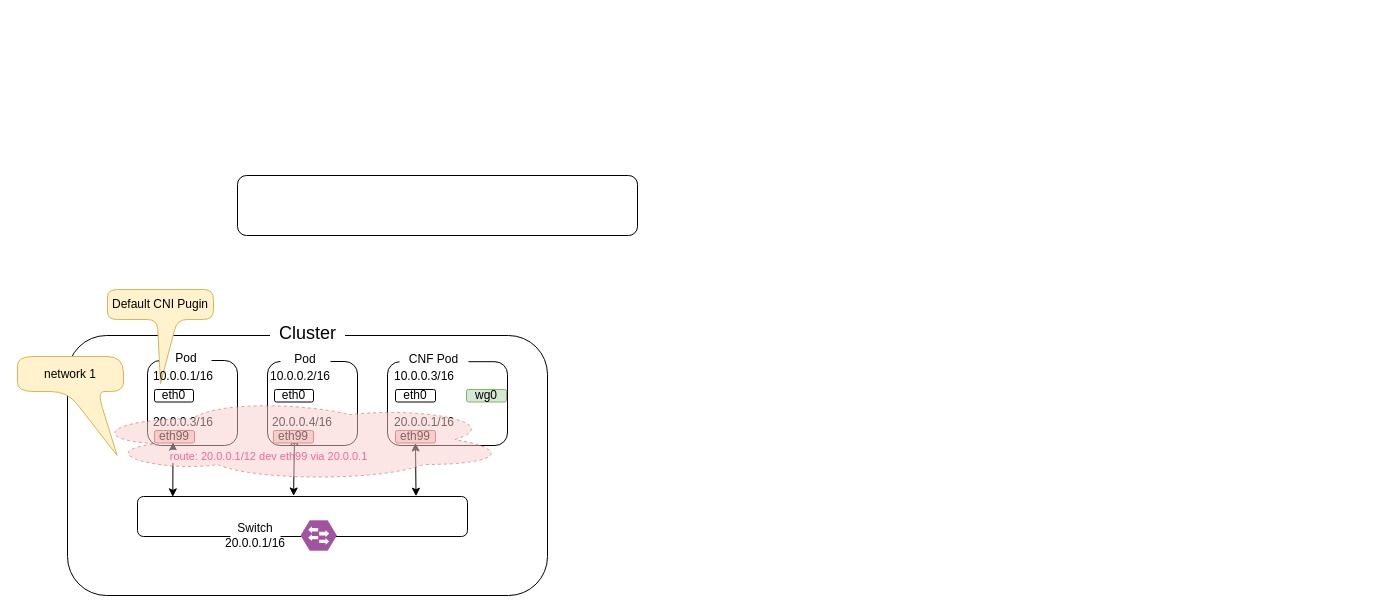
The draw.io diagram page "Page-4" (4 of 8) of cloud-edge-softarch.drawio in pmlproject9/system_design, before the edit. Source tidied: cells renumbered, new cells numbered last; positions are measured from the earlier drawing's top-left corner, leaving out a move shared by most shapes. Both pictures are drawn from the tidied source at 100%, with x=0, y=0 at pixel (17, 175).
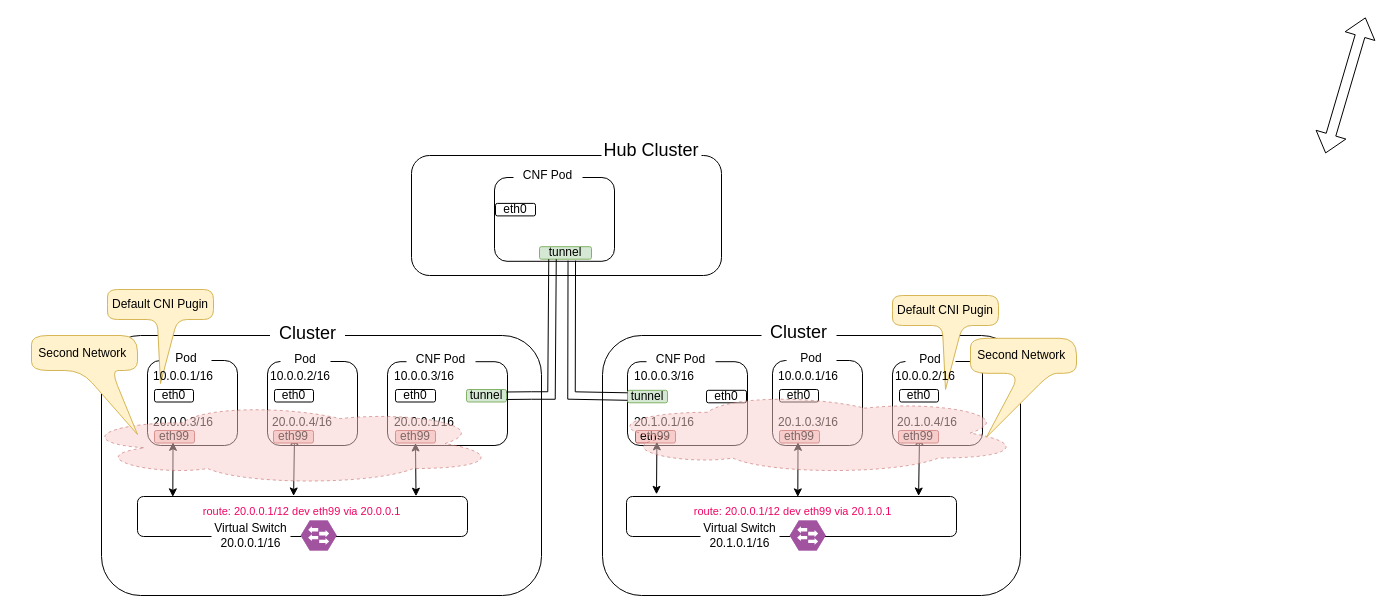
Above is the later version.

Unchanged cells that the change refers to:
```xml
<mxCell id="20" style="endArrow=classic;startArrow=classic;html=1;rounded=0;exitX=0.107;exitY=0.009;exitDx=0;exitDy=0;exitPerimeter=0;entryX=0.463;entryY=0.945;entryDx=0;entryDy=0;entryPerimeter=0;" parent="1" edge="1" source="17" target="15">
  <mxGeometry relative="1" as="geometry" />
</mxCell>
```

What changed in the source:
```diff
@@
     <mxCell id="2" style="rounded=1;whiteSpace=wrap;html=1;" parent="1" vertex="1">
-      <mxGeometry x="220" width="400" height="60" as="geometry" />
+      <mxGeometry x="394" y="-20" width="310" height="120" as="geometry" />
     </mxCell>
     <mxCell id="3" style="rounded=1;whiteSpace=wrap;html=1;" parent="1" vertex="1">
-      <mxGeometry x="50" y="160" width="480" height="260" as="geometry" />
+      <mxGeometry x="84" y="160" width="440" height="260" as="geometry" />
     </mxCell>
@@
     <mxCell id="14" value="&lt;font style=&quot;font-size: 12px;&quot;&gt;CNF Pod&lt;/font&gt;" style="text;strokeColor=none;align=center;fillColor=default;html=1;verticalAlign=middle;whiteSpace=wrap;rounded=0;" parent="1" vertex="1">
-      <mxGeometry x="382" y="174.2" width="69" height="20" as="geometry" />
+      <mxGeometry x="389" y="174.2" width="69" height="20" as="geometry" />
     </mxCell>
@@
-    <mxCell id="19" value="&lt;font style=&quot;font-size: 12px;&quot;&gt;Switch 20.0.0.1/16&lt;/font&gt;" style="text;strokeColor=none;align=center;fillColor=default;html=1;verticalAlign=middle;whiteSpace=wrap;rounded=0;" parent="1" vertex="1">
-      <mxGeometry x="213" y="350" width="50" height="20" as="geometry" />
+    <mxCell id="19" value="&lt;font style=&quot;font-size: 12px;&quot;&gt;Virtual Switch 20.0.0.1/16&lt;/font&gt;" style="text;strokeColor=none;align=center;fillColor=default;html=1;verticalAlign=middle;whiteSpace=wrap;rounded=0;" parent="1" vertex="1">
+      <mxGeometry x="194" y="350" width="79" height="20" as="geometry" />
     </mxCell>
@@
     <mxCell id="21" value="&lt;font color=&quot;#f10463&quot;&gt;route: 20.0.0.1/12 dev eth99 via 20.0.0.1&lt;/font&gt;" style="edgeLabel;html=1;align=center;verticalAlign=middle;" parent="20" vertex="1">
       <mxGeometry x="0.4" y="-1" relative="1" as="geometry">
-        <mxPoint x="94" y="-3" as="offset" />
+        <mxPoint x="127" y="52" as="offset" />
       </mxGeometry>
     </mxCell>
@@
     <mxCell id="31" style="ellipse;shape=cloud;whiteSpace=wrap;html=1;fillColor=#f8cecc;dashed=1;strokeColor=#b85450;opacity=50;" parent="1" vertex="1">
-      <mxGeometry x="70" y="222.5" width="420" height="83.2" as="geometry" />
+      <mxGeometry x="60" y="226.5" width="420" height="83.2" as="geometry" />
     </mxCell>
-    <mxCell id="32" value="network 1" style="shape=callout;whiteSpace=wrap;html=1;perimeter=calloutPerimeter;size=64;position=0.47;fillColor=#fff2cc;strokeColor=#d6b656;rounded=1;base=30;arcSize=33;position2=0.94;" parent="1" vertex="1">
-      <mxGeometry y="181" width="106" height="99" as="geometry" />
+    <mxCell id="32" value="Second Network&amp;nbsp;" style="shape=callout;whiteSpace=wrap;html=1;perimeter=calloutPerimeter;size=64;position=0.47;fillColor=#fff2cc;strokeColor=#d6b656;rounded=1;base=30;arcSize=33;position2=1;" parent="1" vertex="1">
+      <mxGeometry x="14" y="160" width="106" height="99" as="geometry" />
     </mxCell>
-    <mxCell id="33" value="wg0" style="rounded=1;whiteSpace=wrap;html=1;fillColor=#d5e8d4;strokeColor=#82b366;" parent="1" vertex="1">
+    <mxCell id="33" value="tunnel" style="rounded=1;whiteSpace=wrap;html=1;fillColor=#d5e8d4;strokeColor=#82b366;" parent="1" vertex="1">
       <mxGeometry x="449" y="214" width="40" height="12.5" as="geometry" />
     </mxCell>
+    <mxCell id="34" style="rounded=1;whiteSpace=wrap;html=1;" parent="1" vertex="1">
+      <mxGeometry x="477" y="2" width="120" height="83.8" as="geometry" />
+    </mxCell>
+    <mxCell id="35" value="&lt;font style=&quot;font-size: 12px;&quot;&gt;CNF Pod&lt;/font&gt;" style="text;strokeColor=none;align=center;fillColor=default;html=1;verticalAlign=middle;whiteSpace=wrap;rounded=0;" parent="1" vertex="1">
+      <mxGeometry x="496" y="-10" width="69" height="20" as="geometry" />
+    </mxCell>
+    <mxCell id="36" value="tunnel" style="rounded=1;whiteSpace=wrap;html=1;fillColor=#d5e8d4;strokeColor=#82b366;" parent="1" vertex="1">
+      <mxGeometry x="522" y="71.2" width="52" height="12.5" as="geometry" />
+    </mxCell>
+    <mxCell id="37" value="eth0" style="rounded=1;whiteSpace=wrap;html=1;" parent="1" vertex="1">
+      <mxGeometry x="478" y="27.9" width="40" height="12.5" as="geometry" />
+    </mxCell>
+    <mxCell id="38" style="rounded=1;whiteSpace=wrap;html=1;" parent="1" vertex="1">
+      <mxGeometry x="585" y="160" width="418" height="260" as="geometry" />
+    </mxCell>
+    <mxCell id="39" value="&lt;font style=&quot;font-size: 18px;&quot;&gt;Cluster&lt;/font&gt;" style="text;strokeColor=none;align=center;fillColor=default;html=1;verticalAlign=middle;whiteSpace=wrap;rounded=0;" parent="1" vertex="1">
+      <mxGeometry x="744" y="141.8" width="75" height="30" as="geometry" />
+    </mxCell>
+    <mxCell id="40" style="rounded=1;whiteSpace=wrap;html=1;" parent="1" vertex="1">
+      <mxGeometry x="755" y="185" width="90" height="85" as="geometry" />
+    </mxCell>
+    <mxCell id="41" value="eth0" style="rounded=1;whiteSpace=wrap;html=1;" parent="1" vertex="1">
+      <mxGeometry x="762" y="214" width="39" height="12.5" as="geometry" />
+    </mxCell>
+    <mxCell id="42" value="&lt;font style=&quot;font-size: 12px;&quot;&gt;Pod&lt;/font&gt;" style="text;strokeColor=none;align=center;fillColor=default;html=1;verticalAlign=middle;whiteSpace=wrap;rounded=0;" parent="1" vertex="1">
+      <mxGeometry x="769" y="173" width="50" height="20" as="geometry" />
+    </mxCell>
+    <mxCell id="43" style="rounded=1;whiteSpace=wrap;html=1;" parent="1" vertex="1">
+      <mxGeometry x="875" y="186" width="90" height="84" as="geometry" />
+    </mxCell>
+    <mxCell id="44" value="eth0" style="rounded=1;whiteSpace=wrap;html=1;" parent="1" vertex="1">
+      <mxGeometry x="882" y="214" width="39" height="12.5" as="geometry" />
+    </mxCell>
+    <mxCell id="45" value="&lt;font style=&quot;font-size: 12px;&quot;&gt;Pod&lt;/font&gt;" style="text;strokeColor=none;align=center;fillColor=default;html=1;verticalAlign=middle;whiteSpace=wrap;rounded=0;" parent="1" vertex="1">
+      <mxGeometry x="888" y="174" width="50" height="20" as="geometry" />
+    </mxCell>
+    <mxCell id="46" value="Default CNI Pugin" style="shape=callout;whiteSpace=wrap;html=1;perimeter=calloutPerimeter;size=64;position=0.47;fillColor=#fff2cc;strokeColor=#d6b656;rounded=1;" parent="1" vertex="1">
+      <mxGeometry x="875" y="120" width="106" height="94" as="geometry" />
+    </mxCell>
+    <mxCell id="47" style="rounded=1;whiteSpace=wrap;html=1;" parent="1" vertex="1">
+      <mxGeometry x="610" y="186.2" width="120" height="83.8" as="geometry" />
+    </mxCell>
+    <mxCell id="48" value="eth0" style="rounded=1;whiteSpace=wrap;html=1;" parent="1" vertex="1">
+      <mxGeometry x="689" y="214.8" width="40" height="12.5" as="geometry" />
+    </mxCell>
+    <mxCell id="49" value="&lt;font style=&quot;font-size: 12px;&quot;&gt;CNF Pod&lt;/font&gt;" style="text;strokeColor=none;align=center;fillColor=default;html=1;verticalAlign=middle;whiteSpace=wrap;rounded=0;" parent="1" vertex="1">
+      <mxGeometry x="629" y="174.2" width="69" height="20" as="geometry" />
+    </mxCell>
+    <mxCell id="50" value="eth99" style="rounded=1;whiteSpace=wrap;html=1;fillColor=#f8cecc;strokeColor=#b85450;" parent="1" vertex="1">
+      <mxGeometry x="762" y="255" width="40" height="12.5" as="geometry" />
+    </mxCell>
+    <mxCell id="51" value="eth99" style="rounded=1;whiteSpace=wrap;html=1;fillColor=#f8cecc;strokeColor=#b85450;" parent="1" vertex="1">
+      <mxGeometry x="618" y="255" width="40" height="12.5" as="geometry" />
+    </mxCell>
+    <mxCell id="52" style="rounded=1;whiteSpace=wrap;html=1;" parent="1" vertex="1">
+      <mxGeometry x="609" y="321" width="330" height="40" as="geometry" />
+    </mxCell>
+    <mxCell id="53" style="verticalLabelPosition=bottom;html=1;fillColor=#A153A0;strokeColor=#ffffff;verticalAlign=top;align=center;shape=mxgraph.cisco_safe.compositeIcon;bgIcon=mxgraph.cisco_safe.design.blank_device;resIcon=mxgraph.cisco_safe.design.l2_switch;" parent="1" vertex="1">
+      <mxGeometry x="772.2" y="345" width="36" height="30" as="geometry" />
+    </mxCell>
+    <mxCell id="54" value="&lt;font style=&quot;font-size: 12px;&quot;&gt;Virtual Switch 20.1.0.1/16&lt;/font&gt;" style="text;strokeColor=none;align=center;fillColor=default;html=1;verticalAlign=middle;whiteSpace=wrap;rounded=0;" parent="1" vertex="1">
+      <mxGeometry x="683" y="350" width="79" height="20" as="geometry" />
+    </mxCell>
+    <mxCell id="55" style="endArrow=classic;startArrow=classic;html=1;rounded=0;exitX=0.107;exitY=0.009;exitDx=0;exitDy=0;exitPerimeter=0;entryX=0.463;entryY=0.945;entryDx=0;entryDy=0;entryPerimeter=0;" parent="1" edge="1" target="50">
+      <mxGeometry relative="1" as="geometry">
+        <mxPoint x="780.3" y="321.4" as="sourcePoint" />
+      </mxGeometry>
+    </mxCell>
+    <mxCell id="56" value="&lt;font color=&quot;#f10463&quot;&gt;route: 20.0.0.1/12 dev eth99 via 20.1.0.1&lt;/font&gt;" style="edgeLabel;html=1;align=center;verticalAlign=middle;" parent="55" vertex="1">
+      <mxGeometry x="0.4" y="-1" relative="1" as="geometry">
+        <mxPoint x="-7" y="52" as="offset" />
+      </mxGeometry>
+    </mxCell>
+    <mxCell id="57" style="endArrow=classic;startArrow=classic;html=1;rounded=0;exitX=0.473;exitY=-0.013;exitDx=0;exitDy=0;exitPerimeter=0;entryX=0.5;entryY=1;entryDx=0;entryDy=0;" parent="1" edge="1">
+      <mxGeometry relative="1" as="geometry">
+        <mxPoint x="901.1" y="320.5" as="sourcePoint" />
+        <mxPoint x="902" y="261" as="targetPoint" />
+      </mxGeometry>
+    </mxCell>
+    <mxCell id="58" style="endArrow=classic;startArrow=classic;html=1;rounded=0;entryX=0.5;entryY=1;entryDx=0;entryDy=0;" parent="1" edge="1">
+      <mxGeometry relative="1" as="geometry">
+        <mxPoint x="639" y="318.8" as="sourcePoint" />
+        <mxPoint x="639.4" y="266.3" as="targetPoint" />
+      </mxGeometry>
+    </mxCell>
+    <mxCell id="59" value="10.0.0.1/16" style="text;strokeColor=none;align=center;fillColor=none;html=1;verticalAlign=middle;whiteSpace=wrap;rounded=0;" parent="1" vertex="1">
+      <mxGeometry x="761" y="186.2" width="60" height="30" as="geometry" />
+    </mxCell>
+    <mxCell id="60" value="10.0.0.2/16" style="text;strokeColor=none;align=center;fillColor=none;html=1;verticalAlign=middle;whiteSpace=wrap;rounded=0;" parent="1" vertex="1">
+      <mxGeometry x="877.5" y="186.2" width="60" height="30" as="geometry" />
+    </mxCell>
+    <mxCell id="61" value="10.0.0.3/16" style="text;strokeColor=none;align=center;fillColor=none;html=1;verticalAlign=middle;whiteSpace=wrap;rounded=0;" parent="1" vertex="1">
+      <mxGeometry x="617" y="186" width="60" height="30" as="geometry" />
+    </mxCell>
+    <mxCell id="62" value="20.1.0.3/16" style="text;strokeColor=none;align=center;fillColor=none;html=1;verticalAlign=middle;whiteSpace=wrap;rounded=0;" parent="1" vertex="1">
+      <mxGeometry x="761" y="238.5" width="60" height="16.5" as="geometry" />
+    </mxCell>
+    <mxCell id="63" value="eth99" style="rounded=1;whiteSpace=wrap;html=1;fillColor=#f8cecc;strokeColor=#b85450;" parent="1" vertex="1">
+      <mxGeometry x="881" y="255" width="40" height="12.5" as="geometry" />
+    </mxCell>
+    <mxCell id="64" value="20.1.0.4/16" style="text;strokeColor=none;align=center;fillColor=none;html=1;verticalAlign=middle;whiteSpace=wrap;rounded=0;" parent="1" vertex="1">
+      <mxGeometry x="880" y="238.5" width="60" height="16.5" as="geometry" />
+    </mxCell>
+    <mxCell id="65" value="20.1.0.1/16" style="text;strokeColor=none;align=center;fillColor=none;html=1;verticalAlign=middle;whiteSpace=wrap;rounded=0;" parent="1" vertex="1">
+      <mxGeometry x="617" y="238.5" width="60" height="16.5" as="geometry" />
+    </mxCell>
+    <mxCell id="66" style="ellipse;shape=cloud;whiteSpace=wrap;html=1;fillColor=#f8cecc;dashed=1;strokeColor=#b85450;opacity=50;" parent="1" vertex="1">
+      <mxGeometry x="585" y="216" width="420" height="83.2" as="geometry" />
+    </mxCell>
+    <mxCell id="67" value="Second Network&amp;nbsp;" style="shape=callout;whiteSpace=wrap;html=1;perimeter=calloutPerimeter;size=64;position=0.47;fillColor=#fff2cc;strokeColor=#d6b656;rounded=1;base=30;arcSize=33;position2=0.15;" parent="1" vertex="1">
+      <mxGeometry x="953" y="162.8" width="106" height="99" as="geometry" />
+    </mxCell>
+    <mxCell id="68" value="tunnel" style="rounded=1;whiteSpace=wrap;html=1;fillColor=#d5e8d4;strokeColor=#82b366;" parent="1" vertex="1">
+      <mxGeometry x="610" y="214.8" width="40" height="12.5" as="geometry" />
+    </mxCell>
+    <mxCell id="69" style="shape=flexArrow;endArrow=classic;startArrow=classic;html=1;rounded=0;entryX=0.5;entryY=1;entryDx=0;entryDy=0;" parent="1" edge="1">
+      <mxGeometry relative="1" as="geometry">
+        <mxPoint x="1308" y="-22.1" as="sourcePoint" />
+        <mxPoint x="1348" y="-158.1" as="targetPoint" />
+      </mxGeometry>
+    </mxCell>
+    <mxCell id="70" style="shape=link;html=1;rounded=0;entryX=0.25;entryY=1;entryDx=0;entryDy=0;width=7.5;exitX=1;exitY=0.5;exitDx=0;exitDy=0;" parent="1" edge="1" source="33" target="36">
+      <mxGeometry relative="1" as="geometry">
+        <Array as="points">
+          <mxPoint x="514" y="220" />
+          <mxPoint x="534" y="220" />
+        </Array>
+      </mxGeometry>
+    </mxCell>
+    <mxCell id="71" style="shape=link;html=1;rounded=0;width=7.5;exitX=0;exitY=0.5;exitDx=0;exitDy=0;entryX=0.621;entryY=1.117;entryDx=0;entryDy=0;entryPerimeter=0;" parent="1" edge="1" source="68" target="36">
+      <mxGeometry relative="1" as="geometry">
+        <Array as="points">
+          <mxPoint x="554" y="220" />
+        </Array>
+      </mxGeometry>
+    </mxCell>
+    <mxCell id="72" value="&lt;font style=&quot;font-size: 18px;&quot;&gt;Hub Cluster&lt;/font&gt;" style="text;strokeColor=none;align=center;fillColor=default;html=1;verticalAlign=middle;whiteSpace=wrap;rounded=0;" parent="1" vertex="1">
+      <mxGeometry x="584" y="-40" width="100" height="30" as="geometry" />
+    </mxCell>
```
